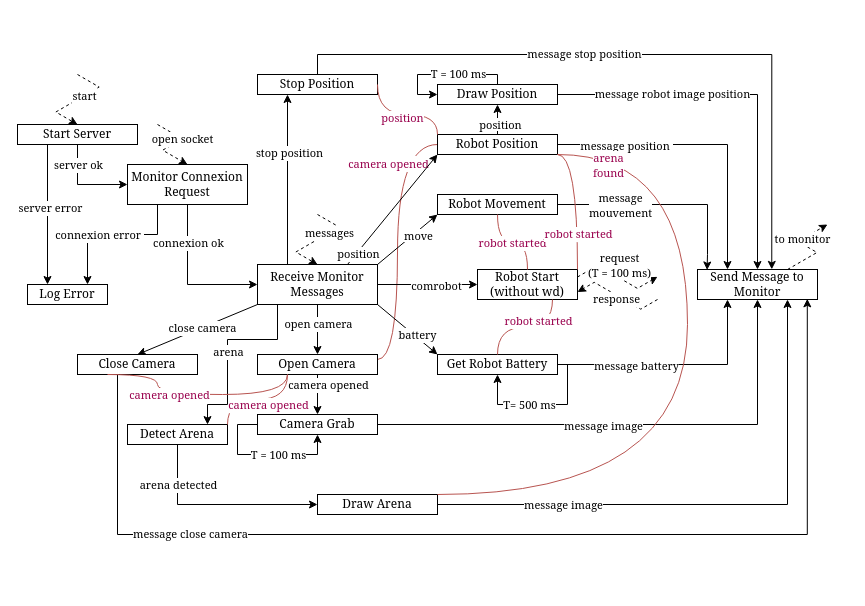
Ruba008/BE_temps_reel keeps this draw.io diagram as page "Page-3" (3 of 3) of Diagrama sem nome.drawio. Above is the earlier version. Source tidied: cells renumbered, new cells numbered last; positions are measured from the earlier drawing's top-left corner, leaving out a move shared by most shapes. Both pictures are drawn from the tidied source at 100%, with x=0, y=0 at pixel (17, 54).
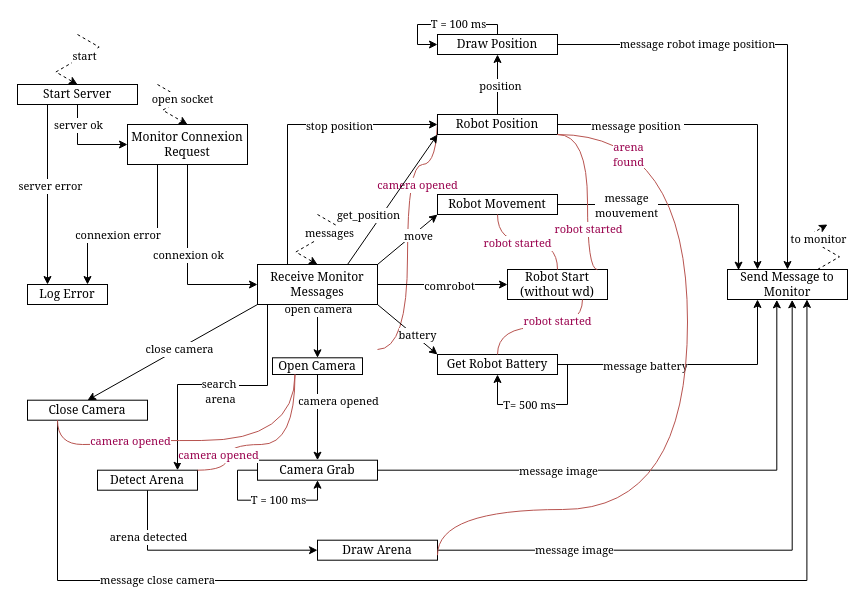
The same diagram, later.

Unchanged cells that the change refers to:
```xml
<mxCell id="11" style="edgeStyle=elbowEdgeStyle;rounded=0;jettySize=auto;html=1;elbow=vertical;entryX=0;entryY=0.5;entryDx=0;entryDy=0;" parent="1" edge="1" source="15" target="34">
  <mxGeometry relative="1" as="geometry">
    <Array as="points">
      <mxPoint x="170" y="230" />
    </Array>
  </mxGeometry>
</mxCell>
<mxCell id="28" style="rounded=0;jettySize=auto;html=1;exitX=0.75;exitY=0;exitDx=0;exitDy=0;entryX=0;entryY=1;entryDx=0;entryDy=0;" parent="1" edge="1" source="34" target="75">
  <mxGeometry relative="1" as="geometry" />
</mxCell>
<mxCell id="34" value="&lt;font face=&quot;Georgia&quot;&gt;Receive Monitor Messages&lt;/font&gt;" style="rounded=0;whiteSpace=wrap;html=1;" parent="1" vertex="1">
  <mxGeometry x="240" y="210" width="120" height="40" as="geometry" />
</mxCell>
<mxCell id="38" style="edgeStyle=orthogonalEdgeStyle;rounded=0;jettySize=auto;html=1;entryX=0.5;entryY=0;entryDx=0;entryDy=0;" parent="1" edge="1" source="40" target="62">
  <mxGeometry relative="1" as="geometry" />
</mxCell>
<mxCell id="46" value="Robot Movement" style="rounded=0;whiteSpace=wrap;html=1;fontFamily=Georgia;" parent="1" vertex="1">
  <mxGeometry x="420" y="140" width="120" height="20" as="geometry" />
</mxCell>
<mxCell id="47" style="endArrow=none;html=1;rounded=0;entryX=0.5;entryY=1;entryDx=0;entryDy=0;exitX=0.5;exitY=0;exitDx=0;exitDy=0;edgeStyle=orthogonalEdgeStyle;curved=1;fillColor=#f8cecc;strokeColor=#b85450;" parent="1" edge="1" source="43" target="46">
  <mxGeometry relative="1" as="geometry" />
</mxCell>
<mxCell id="63" style="edgeStyle=isometricEdgeStyle;rounded=0;jettySize=auto;html=1;exitX=0.75;exitY=0;exitDx=0;exitDy=0;entryX=0.5;entryY=1;entryDx=0;entryDy=0;dashed=1;" parent="1" edge="1" source="65">
  <mxGeometry relative="1" as="geometry">
    <mxPoint x="810" y="170" as="targetPoint" />
  </mxGeometry>
</mxCell>
<mxCell id="73" style="edgeStyle=orthogonalEdgeStyle;rounded=0;jettySize=auto;html=1;exitX=0.5;exitY=0;exitDx=0;exitDy=0;entryX=0.5;entryY=1;entryDx=0;entryDy=0;" parent="1" edge="1" source="75" target="82">
  <mxGeometry relative="1" as="geometry" />
</mxCell>
```

What changed in the source:
```diff
@@
-    <mxCell id="2" style="endArrow=none;html=1;rounded=0;entryX=0;entryY=0.5;entryDx=0;entryDy=0;exitX=1;exitY=0.25;exitDx=0;exitDy=0;edgeStyle=orthogonalEdgeStyle;curved=1;fillColor=#f8cecc;strokeColor=#b85450;" parent="1" edge="1" source="40" target="75">
+    <mxCell id="2" style="endArrow=none;html=1;rounded=0;entryX=0;entryY=0.5;entryDx=0;entryDy=0;exitX=1;exitY=0.25;exitDx=0;exitDy=0;edgeStyle=orthogonalEdgeStyle;curved=1;fillColor=#f8cecc;strokeColor=#b85450;" parent="1" edge="1">
       <mxGeometry relative="1" as="geometry">
+        <mxPoint x="360" y="295" as="sourcePoint" />
+        <mxPoint x="420" y="60" as="targetPoint" />
         <Array as="points">
-          <mxPoint x="380" y="305" />
-          <mxPoint x="380" y="90" />
+          <mxPoint x="390" y="295" />
+          <mxPoint x="390" y="110" />
+          <mxPoint x="420" y="110" />
         </Array>
       </mxGeometry>
     </mxCell>
@@
     <mxCell id="8" value="&lt;font face=&quot;Georgia&quot;&gt;Start Server&lt;/font&gt;" style="rounded=0;whiteSpace=wrap;html=1;" parent="1" vertex="1">
-      <mxGeometry y="70" width="120" height="20" as="geometry" />
+      <mxGeometry y="30" width="120" height="20" as="geometry" />
     </mxCell>
     <mxCell id="9" style="edgeStyle=isometricEdgeStyle;rounded=0;jettySize=auto;html=1;entryX=0.5;entryY=0;entryDx=0;entryDy=0;elbow=vertical;dashed=1;" parent="1" edge="1" target="8">
       <mxGeometry relative="1" as="geometry">
-        <mxPoint x="60" y="20" as="sourcePoint" />
+        <mxPoint x="60" y="-20" as="sourcePoint" />
       </mxGeometry>
     </mxCell>
@@
     <mxCell id="12" value="&lt;font face=&quot;Georgia&quot;&gt;connexion ok&lt;/font&gt;" style="edgeLabel;html=1;align=center;verticalAlign=middle;" parent="11" vertex="1">
-      <mxGeometry x="-0.49" relative="1" as="geometry" />
+      <mxGeometry x="-0.49" relative="1" as="geometry">
+        <mxPoint y="42" as="offset" />
+      </mxGeometry>
     </mxCell>
@@
     <mxCell id="15" value="Monitor Connexion Request" style="rounded=0;whiteSpace=wrap;html=1;fontFamily=Georgia;" parent="1" vertex="1">
-      <mxGeometry x="110" y="110" width="120" height="40" as="geometry" />
+      <mxGeometry x="110" y="70" width="120" height="40" as="geometry" />
     </mxCell>
     <mxCell id="16" style="edgeStyle=isometricEdgeStyle;rounded=0;jettySize=auto;html=1;entryX=0.5;entryY=0;entryDx=0;entryDy=0;elbow=vertical;dashed=1;" parent="1" edge="1" target="15">
       <mxGeometry relative="1" as="geometry">
-        <mxPoint x="140" y="70" as="sourcePoint" />
+        <mxPoint x="140" y="30" as="sourcePoint" />
       </mxGeometry>
     </mxCell>
@@
-    <mxCell id="18" style="edgeStyle=orthogonalEdgeStyle;rounded=0;jettySize=auto;html=1;entryX=0.5;entryY=0;entryDx=0;entryDy=0;" parent="1" edge="1" source="34" target="40">
+    <mxCell id="18" style="edgeStyle=orthogonalEdgeStyle;rounded=0;jettySize=auto;html=1;entryX=0.5;entryY=0;entryDx=0;entryDy=0;exitX=0.5;exitY=1;exitDx=0;exitDy=0;" parent="1" edge="1" source="34" target="40">
       <mxGeometry relative="1" as="geometry" />
     </mxCell>
     <mxCell id="19" value="&lt;font face=&quot;Georgia&quot;&gt;open camera&lt;/font&gt;" style="edgeLabel;html=1;align=center;verticalAlign=middle;" parent="18" vertex="1">
-      <mxGeometry x="-0.23" relative="1" as="geometry" />
+      <mxGeometry x="-0.23" relative="1" as="geometry">
+        <mxPoint y="-17" as="offset" />
+      </mxGeometry>
     </mxCell>
@@
-    <mxCell id="29" value="&lt;font face=&quot;Georgia&quot;&gt;position&lt;/font&gt;" style="edgeLabel;html=1;align=center;verticalAlign=middle;" parent="28" vertex="1">
+    <mxCell id="29" value="&lt;font face=&quot;Georgia&quot;&gt;get_position&lt;/font&gt;" style="edgeLabel;html=1;align=center;verticalAlign=middle;" parent="28" vertex="1">
       <mxGeometry x="0.44" y="2" relative="1" as="geometry">
-        <mxPoint x="-53" y="70" as="offset" />
+        <mxPoint x="-43" y="45" as="offset" />
       </mxGeometry>
     </mxCell>
-    <mxCell id="30" style="edgeStyle=orthogonalEdgeStyle;rounded=0;jettySize=auto;html=1;exitX=0.25;exitY=0;exitDx=0;exitDy=0;entryX=0.25;entryY=1;entryDx=0;entryDy=0;" parent="1" edge="1" source="34" target="85">
+    <mxCell id="30" style="edgeStyle=orthogonalEdgeStyle;rounded=0;jettySize=auto;html=1;exitX=0.25;exitY=0;exitDx=0;exitDy=0;entryX=0;entryY=0.5;entryDx=0;entryDy=0;" parent="1" edge="1" source="34" target="75">
       <mxGeometry relative="1" as="geometry" />
     </mxCell>
@@
     <mxCell id="32" style="edgeStyle=orthogonalEdgeStyle;rounded=0;jettySize=auto;html=1;exitX=0.25;exitY=1;exitDx=0;exitDy=0;entryX=0.8;entryY=0.004;entryDx=0;entryDy=0;entryPerimeter=0;" parent="1" edge="1" source="34" target="95">
       <mxGeometry relative="1" as="geometry">
         <Array as="points">
-          <mxPoint x="260" y="250" />
-          <mxPoint x="260" y="285" />
-          <mxPoint x="210" y="285" />
-          <mxPoint x="210" y="350" />
-          <mxPoint x="190" y="350" />
+          <mxPoint x="250" y="250" />
+          <mxPoint x="250" y="331" />
+          <mxPoint x="190" y="331" />
+          <mxPoint x="190" y="330" />
+          <mxPoint x="160" y="330" />
         </Array>
       </mxGeometry>
     </mxCell>
-    <mxCell id="33" value="&lt;font face=&quot;Georgia&quot;&gt;arena&lt;/font&gt;" style="edgeLabel;html=1;align=center;verticalAlign=middle;" parent="32" vertex="1">
-      <mxGeometry x="0.07" relative="1" as="geometry" />
+    <mxCell id="33" value="&lt;font face=&quot;Georgia&quot;&gt;search&amp;nbsp;&lt;/font&gt;&lt;div&gt;&lt;font face=&quot;Georgia&quot;&gt;arena&lt;/font&gt;&lt;/div&gt;" style="edgeLabel;html=1;align=center;verticalAlign=middle;" parent="32" vertex="1">
+      <mxGeometry x="0.07" relative="1" as="geometry">
+        <mxPoint y="5" as="offset" />
+      </mxGeometry>
     </mxCell>
@@
     <mxCell id="39" value="&lt;font face=&quot;Georgia&quot;&gt;camera opened&lt;/font&gt;" style="edgeLabel;html=1;align=center;verticalAlign=middle;" parent="38" vertex="1">
       <mxGeometry x="-0.24" relative="1" as="geometry">
-        <mxPoint x="10" y="-5" as="offset" />
+        <mxPoint x="20" y="-7" as="offset" />
       </mxGeometry>
     </mxCell>
     <mxCell id="40" value="&lt;font face=&quot;Georgia&quot;&gt;Open Camera&lt;/font&gt;" style="rounded=0;whiteSpace=wrap;html=1;" parent="1" vertex="1">
-      <mxGeometry x="240" y="300" width="120" height="20" as="geometry" />
+      <mxGeometry x="255" y="303.3" width="90" height="16.7" as="geometry" />
     </mxCell>
-    <mxCell id="41" style="edgeStyle=isometricEdgeStyle;rounded=0;jettySize=auto;html=1;exitX=1;exitY=0.25;exitDx=0;exitDy=0;elbow=horizontal;dashed=1;" parent="1" edge="1" source="43">
-      <mxGeometry relative="1" as="geometry">
-        <mxPoint x="640" y="222.3" as="targetPoint" />
-      </mxGeometry>
-    </mxCell>
-    <mxCell id="42" value="&lt;font face=&quot;Georgia&quot;&gt;request&lt;/font&gt;&lt;div&gt;&lt;font face=&quot;Georgia&quot;&gt;(T = 100 ms)&lt;/font&gt;&lt;/div&gt;" style="edgeLabel;html=1;align=center;verticalAlign=middle;" parent="41" vertex="1">
-      <mxGeometry x="-0.15" y="-1" relative="1" as="geometry">
-        <mxPoint x="8" y="-9" as="offset" />
-      </mxGeometry>
-    </mxCell>
     <mxCell id="43" value="&lt;font face=&quot;Georgia&quot;&gt;Robot Start (without wd)&lt;/font&gt;" style="rounded=0;whiteSpace=wrap;html=1;" parent="1" vertex="1">
-      <mxGeometry x="460" y="215" width="100" height="30" as="geometry" />
+      <mxGeometry x="490" y="215" width="100" height="30" as="geometry" />
     </mxCell>
-    <mxCell id="44" style="edgeStyle=orthogonalEdgeStyle;rounded=0;jettySize=auto;html=1;entryX=0.08;entryY=0.016;entryDx=0;entryDy=0;entryPerimeter=0;" parent="1" edge="1" source="46" target="65">
+    <mxCell id="44" style="edgeStyle=orthogonalEdgeStyle;rounded=0;jettySize=auto;html=1;entryX=0.092;entryY=0.021;entryDx=0;entryDy=0;entryPerimeter=0;" parent="1" edge="1" source="46" target="65">
       <mxGeometry relative="1" as="geometry">
         <Array as="points">
-          <mxPoint x="690" y="150" />
-          <mxPoint x="690" y="200" />
-          <mxPoint x="690" y="200" />
+          <mxPoint x="721" y="150" />
         </Array>
       </mxGeometry>
     </mxCell>
@@
     <mxCell id="48" value="&lt;font face=&quot;Georgia&quot;&gt;robot started&lt;/font&gt;" style="edgeLabel;html=1;align=center;verticalAlign=middle;fontColor=#99004D;" parent="47" vertex="1">
-      <mxGeometry x="0.02" y="1" relative="1" as="geometry" />
+      <mxGeometry x="0.02" y="1" relative="1" as="geometry">
+        <mxPoint x="-9" as="offset" />
+      </mxGeometry>
     </mxCell>
-    <mxCell id="49" style="edgeStyle=isometricEdgeStyle;rounded=0;jettySize=auto;html=1;exitX=0;exitY=0.75;exitDx=0;exitDy=0;entryX=1;entryY=0.75;entryDx=0;entryDy=0;elbow=horizontal;dashed=1;" parent="1" edge="1" target="43">
-      <mxGeometry relative="1" as="geometry">
-        <mxPoint x="640" y="245" as="sourcePoint" />
-      </mxGeometry>
-    </mxCell>
-    <mxCell id="50" value="&lt;font face=&quot;Georgia&quot;&gt;response&lt;/font&gt;" style="edgeLabel;html=1;align=center;verticalAlign=middle;" parent="49" vertex="1">
-      <mxGeometry x="-0.18" relative="1" as="geometry">
-        <mxPoint x="-9" y="-1" as="offset" />
-      </mxGeometry>
-    </mxCell>
@@
-    <mxCell id="58" style="edgeStyle=orthogonalEdgeStyle;rounded=0;jettySize=auto;html=1;entryX=0.5;entryY=1;entryDx=0;entryDy=0;" parent="1" edge="1" source="62" target="65">
+    <mxCell id="58" style="edgeStyle=orthogonalEdgeStyle;rounded=0;jettySize=auto;html=1;entryX=0.411;entryY=1.011;entryDx=0;entryDy=0;entryPerimeter=0;" parent="1" edge="1" source="62" target="65">
       <mxGeometry relative="1" as="geometry" />
     </mxCell>
     <mxCell id="59" value="&lt;font face=&quot;Georgia&quot;&gt;message image&lt;/font&gt;" style="edgeLabel;html=1;align=center;verticalAlign=middle;" parent="58" vertex="1">
-      <mxGeometry x="-0.11" y="-1" relative="1" as="geometry" />
+      <mxGeometry x="-0.11" y="-1" relative="1" as="geometry">
+        <mxPoint x="-74" as="offset" />
+      </mxGeometry>
     </mxCell>
     <mxCell id="60" style="edgeStyle=orthogonalEdgeStyle;rounded=0;orthogonalLoop=1;jettySize=auto;html=1;entryX=0.5;entryY=1;entryDx=0;entryDy=0;" parent="1" edge="1" source="62" target="62">
       <mxGeometry relative="1" as="geometry">
         <Array as="points">
-          <mxPoint x="220" y="370" />
-          <mxPoint x="220" y="400" />
-          <mxPoint x="300" y="400" />
+          <mxPoint x="220" y="415.7" />
+          <mxPoint x="220" y="445.7" />
+          <mxPoint x="300" y="445.7" />
         </Array>
       </mxGeometry>
     </mxCell>
@@
     <mxCell id="62" value="&lt;font face=&quot;Georgia&quot;&gt;Camera Grab&lt;/font&gt;" style="rounded=0;whiteSpace=wrap;html=1;" parent="1" vertex="1">
-      <mxGeometry x="240" y="360" width="120" height="20" as="geometry" />
+      <mxGeometry x="240" y="405.7" width="120" height="20" as="geometry" />
     </mxCell>
@@
     <mxCell id="64" value="&lt;font face=&quot;Georgia&quot;&gt;to monitor&lt;/font&gt;" style="edgeLabel;html=1;align=center;verticalAlign=middle;" parent="63" vertex="1">
-      <mxGeometry x="0.35" relative="1" as="geometry" />
+      <mxGeometry x="0.35" relative="1" as="geometry">
+        <mxPoint x="9" as="offset" />
+      </mxGeometry>
     </mxCell>
     <mxCell id="65" value="&lt;font face=&quot;Georgia&quot;&gt;Send Message to Monitor&lt;/font&gt;" style="rounded=0;whiteSpace=wrap;html=1;" parent="1" vertex="1">
-      <mxGeometry x="680" y="215" width="120" height="30" as="geometry" />
+      <mxGeometry x="710" y="215" width="120" height="30" as="geometry" />
     </mxCell>
-    <mxCell id="66" style="edgeStyle=orthogonalEdgeStyle;rounded=0;jettySize=auto;html=1;exitX=0.25;exitY=1;exitDx=0;exitDy=0;entryX=0.915;entryY=0.978;entryDx=0;entryDy=0;entryPerimeter=0;" parent="1" edge="1" source="68" target="65">
+    <mxCell id="66" style="edgeStyle=orthogonalEdgeStyle;rounded=0;jettySize=auto;html=1;exitX=0.25;exitY=1;exitDx=0;exitDy=0;entryX=0.662;entryY=0.996;entryDx=0;entryDy=0;entryPerimeter=0;" parent="1" edge="1" source="68" target="65">
       <mxGeometry relative="1" as="geometry">
         <Array as="points">
-          <mxPoint x="100" y="320" />
-          <mxPoint x="100" y="480" />
-          <mxPoint x="790" y="480" />
+          <mxPoint x="40" y="526" />
+          <mxPoint x="789" y="526" />
         </Array>
       </mxGeometry>
     </mxCell>
@@
     <mxCell id="68" value="&lt;font face=&quot;Georgia&quot;&gt;Close Camera&lt;/font&gt;" style="rounded=0;whiteSpace=wrap;html=1;" parent="1" vertex="1">
-      <mxGeometry x="60" y="300" width="120" height="20" as="geometry" />
+      <mxGeometry x="10" y="345.7" width="120" height="20" as="geometry" />
     </mxCell>
     <mxCell id="69" style="endArrow=none;html=1;rounded=0;entryX=0.25;entryY=1;entryDx=0;entryDy=0;exitX=0.25;exitY=1;exitDx=0;exitDy=0;edgeStyle=orthogonalEdgeStyle;curved=1;fillColor=#f8cecc;strokeColor=#b85450;" parent="1" edge="1" source="68" target="40">
       <mxGeometry relative="1" as="geometry">
         <Array as="points">
-          <mxPoint x="140" y="340" />
-          <mxPoint x="270" y="340" />
+          <mxPoint x="40" y="390" />
+          <mxPoint x="90" y="390" />
+          <mxPoint x="90" y="386" />
+          <mxPoint x="278" y="386" />
         </Array>
       </mxGeometry>
     </mxCell>
     <mxCell id="70" value="&lt;font face=&quot;Georgia&quot;&gt;camera opened&lt;/font&gt;" style="edgeLabel;html=1;align=center;verticalAlign=middle;fontColor=#99004D;" parent="69" vertex="1">
-      <mxGeometry x="-0.26" relative="1" as="geometry" />
+      <mxGeometry x="-0.26" relative="1" as="geometry">
+        <mxPoint x="-22" as="offset" />
+      </mxGeometry>
     </mxCell>
@@
     <mxCell id="74" value="position" style="edgeLabel;html=1;align=center;verticalAlign=middle;fontFamily=Georgia;" parent="73" vertex="1">
-      <mxGeometry x="-0.28" y="-2" relative="1" as="geometry" />
+      <mxGeometry x="-0.28" y="-2" relative="1" as="geometry">
+        <mxPoint y="-8" as="offset" />
+      </mxGeometry>
     </mxCell>
     <mxCell id="75" value="Robot Position" style="rounded=0;whiteSpace=wrap;html=1;fontFamily=Georgia;" parent="1" vertex="1">
-      <mxGeometry x="420" y="80" width="120" height="20" as="geometry" />
+      <mxGeometry x="420" y="60" width="120" height="20" as="geometry" />
     </mxCell>
-    <mxCell id="76" style="endArrow=none;html=1;rounded=0;entryX=1;entryY=1;entryDx=0;entryDy=0;exitX=1;exitY=0;exitDx=0;exitDy=0;edgeStyle=orthogonalEdgeStyle;curved=1;fillColor=#f8cecc;strokeColor=#b85450;" parent="1" edge="1" source="43" target="75">
+    <mxCell id="76" style="endArrow=none;html=1;rounded=0;entryX=1;entryY=1;entryDx=0;entryDy=0;exitX=0.899;exitY=0.004;exitDx=0;exitDy=0;edgeStyle=orthogonalEdgeStyle;curved=1;fillColor=#f8cecc;strokeColor=#b85450;exitPerimeter=0;" parent="1" edge="1" source="43" target="75">
       <mxGeometry relative="1" as="geometry">
         <Array as="points">
-          <mxPoint x="560" y="215" />
-          <mxPoint x="560" y="100" />
+          <mxPoint x="570" y="215" />
+          <mxPoint x="570" y="80" />
         </Array>
       </mxGeometry>
     </mxCell>
@@
     <mxCell id="80" style="edgeStyle=orthogonalEdgeStyle;rounded=0;orthogonalLoop=1;jettySize=auto;html=1;exitX=0.5;exitY=0;exitDx=0;exitDy=0;entryX=0;entryY=0.5;entryDx=0;entryDy=0;" parent="1" edge="1" source="82" target="82">
       <mxGeometry relative="1" as="geometry">
         <Array as="points">
-          <mxPoint x="480" y="20" />
-          <mxPoint x="400" y="20" />
-          <mxPoint x="400" y="40" />
+          <mxPoint x="480" y="-30" />
+          <mxPoint x="400" y="-30" />
+          <mxPoint x="400" y="-10" />
         </Array>
       </mxGeometry>
     </mxCell>
@@
     <mxCell id="82" value="Draw Position" style="rounded=0;whiteSpace=wrap;html=1;fontFamily=Georgia;" parent="1" vertex="1">
-      <mxGeometry x="420" y="30" width="120" height="20" as="geometry" />
+      <mxGeometry x="420" y="-20" width="120" height="20" as="geometry" />
     </mxCell>
-    <mxCell id="83" style="edgeStyle=orthogonalEdgeStyle;rounded=0;jettySize=auto;html=1;entryX=0.619;entryY=-0.004;entryDx=0;entryDy=0;entryPerimeter=0;" parent="1" edge="1" source="85" target="65">
-      <mxGeometry relative="1" as="geometry">
-        <Array as="points">
-          <mxPoint x="300" />
-          <mxPoint x="754" />
-        </Array>
-      </mxGeometry>
-    </mxCell>
-    <mxCell id="84" value="&lt;font face=&quot;Georgia&quot;&gt;message stop position&lt;/font&gt;" style="edgeLabel;html=1;align=center;verticalAlign=middle;" parent="83" vertex="1">
-      <mxGeometry x="-0.17" y="1" relative="1" as="geometry" />
-    </mxCell>
-    <mxCell id="85" value="Stop Position" style="rounded=0;whiteSpace=wrap;html=1;fontFamily=Georgia;" parent="1" vertex="1">
-      <mxGeometry x="240" y="20" width="120" height="20" as="geometry" />
-    </mxCell>
-    <mxCell id="86" style="endArrow=none;html=1;rounded=0;entryX=0;entryY=0;entryDx=0;entryDy=0;exitX=1;exitY=0.5;exitDx=0;exitDy=0;edgeStyle=orthogonalEdgeStyle;curved=1;fillColor=#f8cecc;strokeColor=#b85450;" parent="1" edge="1" source="85" target="75">
-      <mxGeometry relative="1" as="geometry">
-        <Array as="points">
-          <mxPoint x="420" y="60" />
-        </Array>
-      </mxGeometry>
-    </mxCell>
-    <mxCell id="87" value="&lt;font face=&quot;Georgia&quot;&gt;position&lt;/font&gt;" style="edgeLabel;html=1;align=center;verticalAlign=middle;fontColor=#99004D;" parent="86" vertex="1">
-      <mxGeometry x="-0.01" y="-3" relative="1" as="geometry" />
-    </mxCell>
-    <mxCell id="88" style="edgeStyle=orthogonalEdgeStyle;rounded=0;jettySize=auto;html=1;entryX=0.75;entryY=1;entryDx=0;entryDy=0;" parent="1" edge="1" source="90" target="65">
+    <mxCell id="88" style="edgeStyle=orthogonalEdgeStyle;rounded=0;jettySize=auto;html=1;entryX=0.539;entryY=1.011;entryDx=0;entryDy=0;entryPerimeter=0;" parent="1" edge="1" source="90" target="65">
       <mxGeometry relative="1" as="geometry" />
     </mxCell>
@@
     <mxCell id="90" value="&lt;font face=&quot;Georgia&quot;&gt;Draw Arena&lt;/font&gt;" style="rounded=0;whiteSpace=wrap;html=1;" parent="1" vertex="1">
-      <mxGeometry x="300" y="440" width="120" height="20" as="geometry" />
+      <mxGeometry x="300" y="485.7" width="120" height="20" as="geometry" />
     </mxCell>
-    <mxCell id="91" style="endArrow=none;html=1;rounded=0;entryX=1;entryY=1;entryDx=0;entryDy=0;exitX=1;exitY=0;exitDx=0;exitDy=0;edgeStyle=orthogonalEdgeStyle;curved=1;strokeColor=#b85450;fillColor=#f8cecc;" parent="1" edge="1" source="90" target="75">
+    <mxCell id="91" style="endArrow=none;html=1;rounded=0;entryX=1;entryY=0.25;entryDx=0;entryDy=0;exitX=1;exitY=0;exitDx=0;exitDy=0;edgeStyle=orthogonalEdgeStyle;curved=1;strokeColor=#b85450;fillColor=#f8cecc;" parent="1" edge="1">
       <mxGeometry relative="1" as="geometry">
+        <mxPoint x="420" y="500.7" as="sourcePoint" />
+        <mxPoint x="540" y="80" as="targetPoint" />
         <Array as="points">
-          <mxPoint x="670" y="440" />
-          <mxPoint x="670" y="100" />
+          <mxPoint x="420" y="455" />
+          <mxPoint x="670" y="455" />
+          <mxPoint x="670" y="80" />
         </Array>
       </mxGeometry>
     </mxCell>
     <mxCell id="92" value="&lt;font face=&quot;Georgia&quot;&gt;arena&lt;/font&gt;&lt;div&gt;&lt;font face=&quot;Georgia&quot;&gt;found&lt;/font&gt;&lt;/div&gt;" style="edgeLabel;html=1;align=center;verticalAlign=middle;fontColor=#99004D;" parent="91" vertex="1">
       <mxGeometry x="0.52" y="34" relative="1" as="geometry">
-        <mxPoint x="-46" y="-33" as="offset" />
+        <mxPoint x="-26" y="-42" as="offset" />
       </mxGeometry>
     </mxCell>
@@
     <mxCell id="95" value="&lt;font face=&quot;Georgia&quot;&gt;Detect Arena&lt;/font&gt;" style="rounded=0;whiteSpace=wrap;html=1;" parent="1" vertex="1">
-      <mxGeometry x="110" y="370" width="100" height="20" as="geometry" />
+      <mxGeometry x="80" y="415.7" width="100" height="20" as="geometry" />
     </mxCell>
     <mxCell id="96" style="endArrow=none;html=1;rounded=0;entryX=0.25;entryY=1;entryDx=0;entryDy=0;exitX=1;exitY=0;exitDx=0;exitDy=0;edgeStyle=orthogonalEdgeStyle;curved=1;fillColor=#f8cecc;strokeColor=#b85450;" parent="1" edge="1" source="95" target="40">
-      <mxGeometry relative="1" as="geometry" />
+      <mxGeometry relative="1" as="geometry">
+        <Array as="points">
+          <mxPoint x="210" y="416" />
+          <mxPoint x="210" y="390" />
+          <mxPoint x="278" y="390" />
+        </Array>
+      </mxGeometry>
     </mxCell>
     <mxCell id="97" value="&lt;font face=&quot;Georgia&quot; style=&quot;color: rgb(153, 0, 77);&quot;&gt;camera opened&lt;/font&gt;" style="edgeLabel;html=1;align=center;verticalAlign=middle;" parent="96" vertex="1">
       <mxGeometry x="-0.36" y="-7" relative="1" as="geometry">
-        <mxPoint x="30" y="-2" as="offset" />
+        <mxPoint x="-16" y="3" as="offset" />
       </mxGeometry>
     </mxCell>
```
